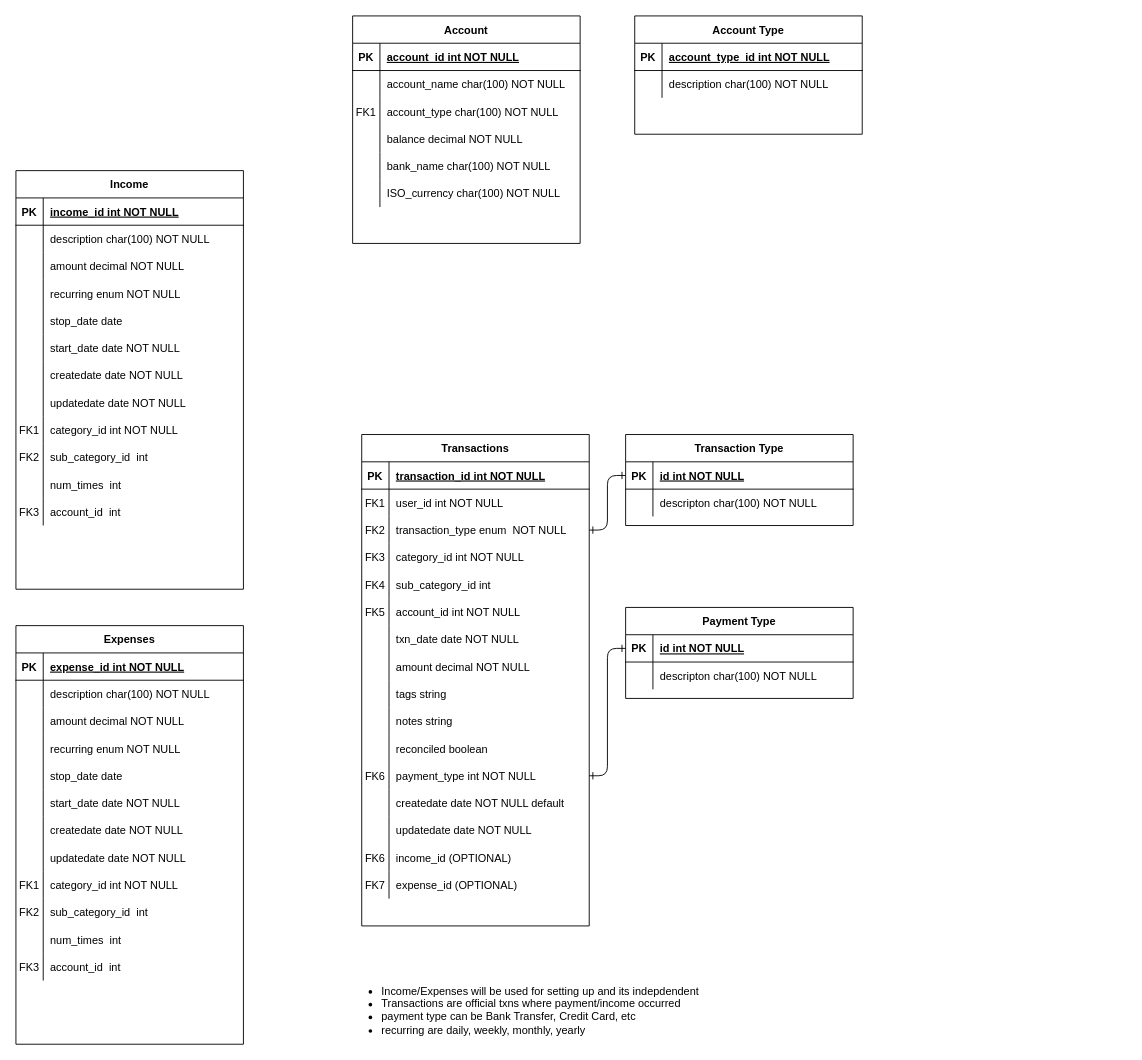
This is mockitplace.drawio from itpreneur/123-Essential-JavaScript-Interview-Questions, a draw.io file, before an edit. Source tidied: cells renumbered, new cells numbered last; positions are measured from the earlier drawing's top-left corner, leaving out a move shared by most shapes. Both pictures are drawn from the tidied source at 91%, with x=0, y=0 at pixel (15, 15).
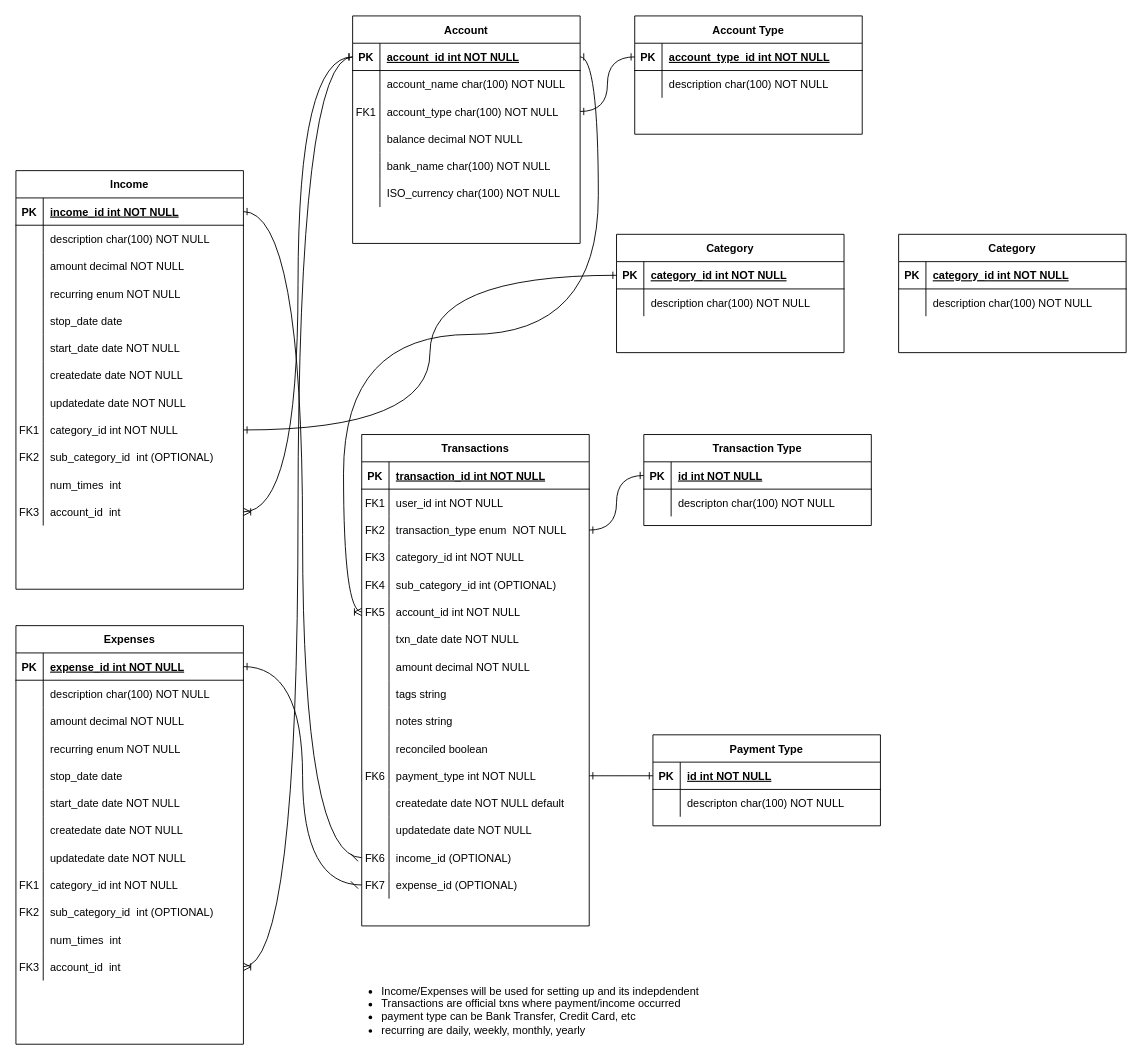
The same page after the edit.

The change refers to these unchanged cells:
```xml
<mxCell id="9" style="shape=partialRectangle;fillColor=none;points=[[0,0.5],[1,0.5]];portConstraint=eastwest;top=0;left=0;right=0;bottom=0;" parent="2" vertex="1">
  <mxGeometry y="90" width="250" height="30" as="geometry" />
</mxCell>
<mxCell id="15" style="shape=partialRectangle;fillColor=none;top=0;left=0;right=0;bottom=0;" parent="2" vertex="1">
  <mxGeometry y="150" width="250" height="30" as="geometry" />
</mxCell>
<mxCell id="18" style="shape=partialRectangle;fillColor=none;points=[[0,0.5],[1,0.5]];portConstraint=eastwest;top=0;left=0;right=0;bottom=0;" parent="2" vertex="1">
  <mxGeometry y="180" width="250" height="30" as="geometry" />
</mxCell>
<mxCell id="36" style="shape=partialRectangle;fillColor=none;points=[[0,0.5],[1,0.5]];portConstraint=eastwest;top=0;left=0;right=0;bottom=0;" parent="2" vertex="1">
  <mxGeometry y="360" width="250" height="30" as="geometry" />
</mxCell>
<mxCell id="45" style="shape=partialRectangle;fillColor=none;points=[[0,0.5],[1,0.5]];portConstraint=eastwest;top=0;left=0;right=0;bottom=0;" parent="2" vertex="1">
  <mxGeometry y="450" width="250" height="30" as="geometry" />
</mxCell>
<mxCell id="48" style="shape=partialRectangle;fillColor=none;points=[[0,0.5],[1,0.5]];portConstraint=eastwest;top=0;left=0;right=0;bottom=0;" parent="2" vertex="1">
  <mxGeometry y="480" width="250" height="30" as="geometry" />
</mxCell>
<mxCell id="52" style="shape=partialRectangle;fillColor=none;points=[[0,0.5],[1,0.5]];portConstraint=eastwest;top=0;left=0;right=0;bottom=1;" parent="51" vertex="1">
  <mxGeometry y="30" width="250" height="30" as="geometry" />
</mxCell>
<mxCell id="58" style="shape=partialRectangle;fillColor=none;points=[[0,0.5],[1,0.5]];portConstraint=eastwest;top=0;left=0;right=0;bottom=0;" parent="51" vertex="1">
  <mxGeometry y="90" width="250" height="30" as="geometry" />
</mxCell>
<mxCell id="71" style="shape=partialRectangle;fillColor=none;points=[[0,0.5],[1,0.5]];portConstraint=eastwest;top=0;left=0;right=0;bottom=1;" parent="70" vertex="1">
  <mxGeometry y="30" width="250" height="30" as="geometry" />
</mxCell>
<mxCell id="79" style="shape=partialRectangle;fillColor=none;points=[[0,0.5],[1,0.5]];portConstraint=eastwest;top=0;left=0;right=0;bottom=1;" parent="78" vertex="1">
  <mxGeometry y="30" width="250" height="30" as="geometry" />
</mxCell>
<mxCell id="87" style="shape=partialRectangle;fillColor=none;points=[[0,0.5],[1,0.5]];portConstraint=eastwest;top=0;left=0;right=0;bottom=1;" parent="86" vertex="1">
  <mxGeometry y="30" width="250" height="30" as="geometry" />
</mxCell>
<mxCell id="111" style="shape=partialRectangle;fillColor=none;points=[[0,0.5],[1,0.5]];portConstraint=eastwest;top=0;left=0;right=0;bottom=0;" parent="86" vertex="1">
  <mxGeometry y="270" width="250" height="30" as="geometry" />
</mxCell>
<mxCell id="114" style="shape=partialRectangle;fillColor=none;top=0;left=0;right=0;bottom=0;" parent="86" vertex="1">
  <mxGeometry y="300" width="250" height="30" as="geometry" />
</mxCell>
<mxCell id="120" style="shape=partialRectangle;fillColor=none;points=[[0,0.5],[1,0.5]];portConstraint=eastwest;top=0;left=0;right=0;bottom=0;" parent="86" vertex="1">
  <mxGeometry y="360" width="250" height="30" as="geometry" />
</mxCell>
<mxCell id="124" style="shape=partialRectangle;fillColor=none;points=[[0,0.5],[1,0.5]];portConstraint=eastwest;top=0;left=0;right=0;bottom=1;" parent="123" vertex="1">
  <mxGeometry y="30" width="250" height="30" as="geometry" />
</mxCell>
<mxCell id="151" style="shape=partialRectangle;fillColor=none;top=0;left=0;right=0;bottom=0;" parent="123" vertex="1">
  <mxGeometry y="300" width="250" height="30" as="geometry" />
</mxCell>
<mxCell id="157" style="shape=partialRectangle;fillColor=none;points=[[0,0.5],[1,0.5]];portConstraint=eastwest;top=0;left=0;right=0;bottom=0;" parent="123" vertex="1">
  <mxGeometry y="360" width="250" height="30" as="geometry" />
</mxCell>
<mxCell id="162" style="shape=partialRectangle;fillColor=none;points=[[0,0.5],[1,0.5]];portConstraint=eastwest;top=0;left=0;right=0;bottom=1;" parent="161" vertex="1">
  <mxGeometry y="30" width="250" height="30" as="geometry" />
</mxCell>
```

Change to the diagram source:
```diff
@@
-    <mxCell id="17" value="sub_category_id int" style="shape=partialRectangle;overflow=hidden;fillColor=none;top=0;left=0;bottom=0;right=0;align=left;spacingLeft=6;" parent="15" vertex="1">
+    <mxCell id="17" value="sub_category_id int (OPTIONAL)" style="shape=partialRectangle;overflow=hidden;fillColor=none;top=0;left=0;bottom=0;right=0;align=left;spacingLeft=6;" parent="15" vertex="1">
       <mxGeometry x="30" width="220" height="30" as="geometry" />
     </mxCell>
@@
     <mxCell id="70" value="Transaction Type" style="shape=table;startSize=30;childLayout=tableLayout;rowLines=0;fontStyle=1;align=center;" parent="1" vertex="1">
-      <mxGeometry x="670" y="460" width="250" height="100" as="geometry" />
+      <mxGeometry x="690" y="460" width="250" height="100" as="geometry" />
     </mxCell>
@@
-    <mxCell id="77" style="edgeStyle=orthogonalEdgeStyle;rounded=1;jettySize=auto;html=1;startArrow=ERone;startFill=0;curved=0;endArrow=ERone;endFill=0;" parent="1" edge="1" source="9" target="71">
+    <mxCell id="77" style="edgeStyle=orthogonalEdgeStyle;rounded=0;jettySize=auto;html=1;startArrow=ERone;startFill=0;curved=1;endArrow=ERone;endFill=0;" parent="1" edge="1" source="9" target="71">
       <mxGeometry relative="1" as="geometry" />
     </mxCell>
     <mxCell id="78" value="Payment Type" style="shape=table;startSize=30;childLayout=tableLayout;rowLines=0;fontStyle=1;align=center;" parent="1" vertex="1">
-      <mxGeometry x="670" y="650" width="250" height="100" as="geometry" />
+      <mxGeometry x="700" y="790" width="250" height="100" as="geometry" />
     </mxCell>
@@
-    <mxCell id="85" style="edgeStyle=orthogonalEdgeStyle;rounded=1;jettySize=auto;html=1;curved=0;startArrow=ERone;startFill=0;endArrow=ERone;endFill=0;" parent="1" edge="1" source="36" target="79">
+    <mxCell id="85" style="edgeStyle=orthogonalEdgeStyle;rounded=0;jettySize=auto;html=1;curved=1;startArrow=ERone;startFill=0;endArrow=ERone;endFill=0;" parent="1" edge="1" source="36" target="79">
       <mxGeometry relative="1" as="geometry" />
     </mxCell>
@@
-    <mxCell id="116" value="sub_category_id  int " style="shape=partialRectangle;overflow=hidden;fillColor=none;top=0;left=0;bottom=0;right=0;align=left;spacingLeft=6;" parent="114" vertex="1">
+    <mxCell id="116" value="sub_category_id  int (OPTIONAL)" style="shape=partialRectangle;overflow=hidden;fillColor=none;top=0;left=0;bottom=0;right=0;align=left;spacingLeft=6;" parent="114" vertex="1">
       <mxGeometry x="30" width="220" height="30" as="geometry" />
     </mxCell>
@@
-    <mxCell id="153" value="sub_category_id  int " style="shape=partialRectangle;overflow=hidden;fillColor=none;top=0;left=0;bottom=0;right=0;align=left;spacingLeft=6;" parent="151" vertex="1">
+    <mxCell id="153" value="sub_category_id  int (OPTIONAL) " style="shape=partialRectangle;overflow=hidden;fillColor=none;top=0;left=0;bottom=0;right=0;align=left;spacingLeft=6;" parent="151" vertex="1">
       <mxGeometry x="30" width="220" height="30" as="geometry" />
     </mxCell>
@@
+    <mxCell id="168" style="edgeStyle=orthogonalEdgeStyle;rounded=0;jettySize=auto;html=1;entryX=1;entryY=0.5;entryDx=0;entryDy=0;curved=1;startArrow=dash;startFill=0;endArrow=ERone;endFill=0;" parent="1" edge="1" source="45" target="87">
+      <mxGeometry relative="1" as="geometry" />
+    </mxCell>
+    <mxCell id="169" style="edgeStyle=orthogonalEdgeStyle;rounded=0;jettySize=auto;html=1;entryX=1;entryY=0.5;entryDx=0;entryDy=0;curved=1;startArrow=dash;startFill=0;endArrow=ERone;endFill=0;" parent="1" edge="1" source="48" target="124">
+      <mxGeometry relative="1" as="geometry" />
+    </mxCell>
+    <mxCell id="170" style="edgeStyle=orthogonalEdgeStyle;rounded=0;jettySize=auto;html=1;entryX=1;entryY=0.5;entryDx=0;entryDy=0;curved=1;startArrow=ERone;startFill=0;endArrow=ERoneToMany;endFill=0;" parent="1" edge="1" source="52" target="120">
+      <mxGeometry relative="1" as="geometry" />
+    </mxCell>
+    <mxCell id="171" style="edgeStyle=orthogonalEdgeStyle;rounded=0;jettySize=auto;html=1;curved=1;startArrow=ERone;startFill=0;endArrow=ERoneToMany;endFill=0;" parent="1" edge="1" source="52" target="157">
+      <mxGeometry relative="1" as="geometry" />
+    </mxCell>
+    <mxCell id="172" style="edgeStyle=orthogonalEdgeStyle;rounded=0;jettySize=auto;html=1;startArrow=ERone;startFill=0;endArrow=ERone;endFill=0;curved=1;" parent="1" edge="1" source="58" target="162">
+      <mxGeometry relative="1" as="geometry" />
+    </mxCell>
+    <mxCell id="173" style="edgeStyle=orthogonalEdgeStyle;rounded=0;jettySize=auto;html=1;curved=1;startArrow=ERone;startFill=0;endArrow=ERoneToMany;endFill=0;" parent="1" edge="1" source="52" target="18">
+      <mxGeometry relative="1" as="geometry" />
+    </mxCell>
+    <mxCell id="174" value="Category" style="shape=table;startSize=30;childLayout=tableLayout;rowLines=0;fontStyle=1;align=center;" parent="1" vertex="1">
+      <mxGeometry x="660" y="240" width="250" height="130" as="geometry" />
+    </mxCell>
+    <mxCell id="175" style="shape=partialRectangle;fillColor=none;points=[[0,0.5],[1,0.5]];portConstraint=eastwest;top=0;left=0;right=0;bottom=1;" parent="174" vertex="1">
+      <mxGeometry y="30" width="250" height="30" as="geometry" />
+    </mxCell>
+    <mxCell id="176" value="PK" style="shape=partialRectangle;overflow=hidden;fillColor=none;top=0;left=0;bottom=0;right=0;fontStyle=1;" parent="175" vertex="1">
+      <mxGeometry width="30" height="30" as="geometry" />
+    </mxCell>
+    <mxCell id="177" value="category_id int NOT NULL " style="shape=partialRectangle;overflow=hidden;fillColor=none;top=0;left=0;bottom=0;right=0;align=left;spacingLeft=6;fontStyle=5;" parent="175" vertex="1">
+      <mxGeometry x="30" width="220" height="30" as="geometry" />
+    </mxCell>
+    <mxCell id="178" style="shape=partialRectangle;fillColor=none;top=0;left=0;right=0;bottom=0;" parent="174" vertex="1">
+      <mxGeometry y="60" width="250" height="30" as="geometry" />
+    </mxCell>
+    <mxCell id="179" style="shape=partialRectangle;overflow=hidden;fillColor=none;top=0;left=0;bottom=0;right=0;" parent="178" vertex="1">
+      <mxGeometry width="30" height="30" as="geometry" />
+    </mxCell>
+    <mxCell id="180" value="description char(100) NOT NULL" style="shape=partialRectangle;overflow=hidden;fillColor=none;top=0;left=0;bottom=0;right=0;align=left;spacingLeft=6;" parent="178" vertex="1">
+      <mxGeometry x="30" width="220" height="30" as="geometry" />
+    </mxCell>
+    <mxCell id="181" value="Category" style="shape=table;startSize=30;childLayout=tableLayout;rowLines=0;fontStyle=1;align=center;" parent="1" vertex="1">
+      <mxGeometry x="970" y="240" width="250" height="130" as="geometry" />
+    </mxCell>
+    <mxCell id="182" style="shape=partialRectangle;fillColor=none;top=0;left=0;right=0;bottom=1;" parent="181" vertex="1">
+      <mxGeometry y="30" width="250" height="30" as="geometry" />
+    </mxCell>
+    <mxCell id="183" value="PK" style="shape=partialRectangle;overflow=hidden;fillColor=none;top=0;left=0;bottom=0;right=0;fontStyle=1;" parent="182" vertex="1">
+      <mxGeometry width="30" height="30" as="geometry" />
+    </mxCell>
+    <mxCell id="184" value="category_id int NOT NULL " style="shape=partialRectangle;overflow=hidden;fillColor=none;top=0;left=0;bottom=0;right=0;align=left;spacingLeft=6;fontStyle=5;" parent="182" vertex="1">
+      <mxGeometry x="30" width="220" height="30" as="geometry" />
+    </mxCell>
+    <mxCell id="185" style="shape=partialRectangle;fillColor=none;top=0;left=0;right=0;bottom=0;" parent="181" vertex="1">
+      <mxGeometry y="60" width="250" height="30" as="geometry" />
+    </mxCell>
+    <mxCell id="186" style="shape=partialRectangle;overflow=hidden;fillColor=none;top=0;left=0;bottom=0;right=0;" parent="185" vertex="1">
+      <mxGeometry width="30" height="30" as="geometry" />
+    </mxCell>
+    <mxCell id="187" value="description char(100) NOT NULL" style="shape=partialRectangle;overflow=hidden;fillColor=none;top=0;left=0;bottom=0;right=0;align=left;spacingLeft=6;" parent="185" vertex="1">
+      <mxGeometry x="30" width="220" height="30" as="geometry" />
+    </mxCell>
+    <mxCell id="188" style="edgeStyle=orthogonalEdgeStyle;rounded=0;jettySize=auto;html=1;entryX=0;entryY=0.5;entryDx=0;entryDy=0;curved=1;startArrow=ERone;startFill=0;endArrow=ERone;endFill=0;" parent="1" edge="1" source="111" target="175">
+      <mxGeometry relative="1" as="geometry" />
+    </mxCell>
```
